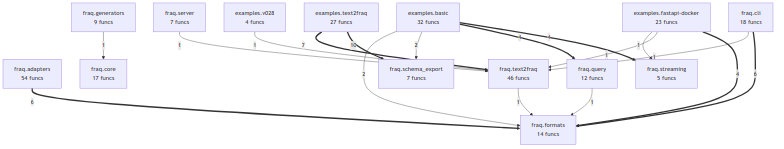
Before: project/compact_flow.png, a diagram exported from Mermaid (wronai/fraq). Its source is kept beside it as project/compact_flow.mmd.
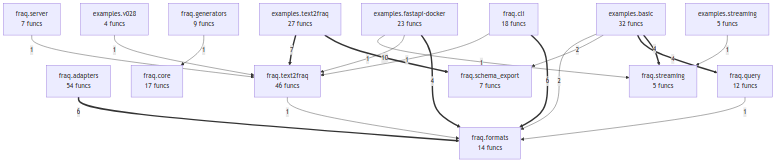
Later version of the same file.

What changed in the source:
```diff
@@ -1,6 +1,7 @@
 flowchart TD
     examples_basic["examples.basic<br/>32 funcs"]
     examples_fastapi_docker["examples.fastapi-docker<br/>23 funcs"]
+    examples_streaming["examples.streaming<br/>5 funcs"]
     examples_text2fraq["examples.text2fraq<br/>27 funcs"]
     examples_v028["examples.v028<br/>4 funcs"]
     fraq_adapters["fraq.adapters<br/>54 funcs"]
@@ -24,9 +25,10 @@
     examples_basic -->|2| fraq_formats
     fraq_generators -->|1| fraq_core
     fraq_cli -->|1| fraq_text2fraq
+    fraq_query -->|1| fraq_formats
+    examples_streaming -->|1| fraq_streaming
     examples_fastapi_docker -->|1| fraq_text2fraq
     examples_fastapi_docker -->|1| fraq_streaming
     fraq_text2fraq -->|1| fraq_formats
-    fraq_query -->|1| fraq_formats
     examples_v028 -->|1| fraq_text2fraq
     fraq_server -->|1| fraq_text2fraq
```
